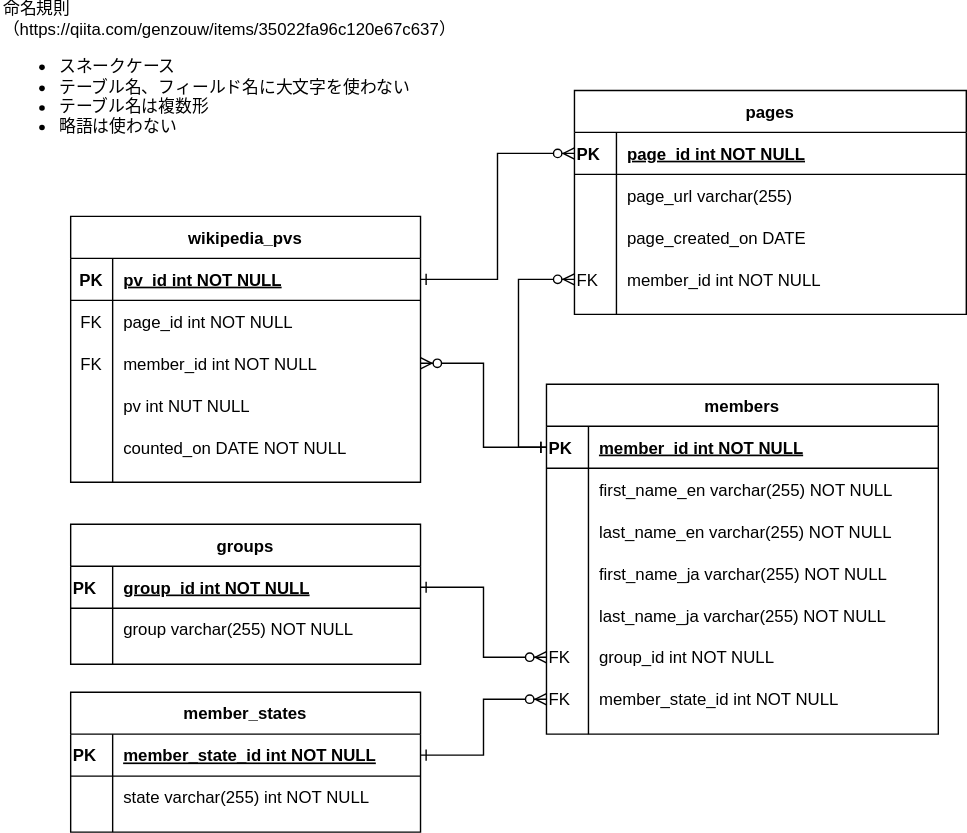
Before: db/ER/Untitled Diagram.drawio.svg, a diagram exported from draw.io (takahito-0398/webapp01). Source tidied: cells renumbered, new cells last; positions are measured from the earlier drawing's top-left corner, leaving out a move shared by most shapes. Its diagram source:
```xml
<mxGraphModel>
  <root>
    <mxCell id="0" />
    <mxCell id="1" parent="0" />
    <mxCell id="2" value="wikipedia_pvs" style="shape=table;startSize=30;rowLines=0;fontStyle=1;align=center;" parent="1" vertex="1">
      <mxGeometry x="50" y="130" width="250" height="190" as="geometry" />
    </mxCell>
    <mxCell id="3" style="shape=partialRectangle;fillColor=none;points=[[0,0.5],[1,0.5]];portConstraint=eastwest;top=0;left=0;right=0;bottom=1;" parent="2" vertex="1">
      <mxGeometry y="30" width="250" height="30" as="geometry" />
    </mxCell>
    <mxCell id="4" value="PK" style="shape=partialRectangle;overflow=hidden;fillColor=none;top=0;left=0;bottom=0;right=0;fontStyle=1;" parent="3" vertex="1">
      <mxGeometry width="30" height="30" as="geometry" />
    </mxCell>
    <mxCell id="5" value="pv_id int NOT NULL " style="shape=partialRectangle;overflow=hidden;fillColor=none;top=0;left=0;bottom=0;right=0;align=left;spacingLeft=6;fontStyle=5;" parent="3" vertex="1">
      <mxGeometry x="30" width="220" height="30" as="geometry" />
    </mxCell>
    <mxCell id="6" style="shape=partialRectangle;fillColor=none;points=[[0,0.5],[1,0.5]];portConstraint=eastwest;top=0;left=0;right=0;bottom=0;" parent="2" vertex="1">
      <mxGeometry y="60" width="250" height="30" as="geometry" />
    </mxCell>
    <mxCell id="7" value="FK" style="shape=partialRectangle;overflow=hidden;fillColor=none;top=0;left=0;bottom=0;right=0;fontStyle=0;" parent="6" vertex="1">
      <mxGeometry width="30" height="30" as="geometry" />
    </mxCell>
    <mxCell id="8" value="page_id int NOT NULL" style="shape=partialRectangle;overflow=hidden;fillColor=none;top=0;left=0;bottom=0;right=0;align=left;spacingLeft=6;" parent="6" vertex="1">
      <mxGeometry x="30" width="220" height="30" as="geometry" />
    </mxCell>
    <mxCell id="9" style="shape=partialRectangle;fillColor=none;points=[[0,0.5],[1,0.5]];portConstraint=eastwest;top=0;left=0;right=0;bottom=0;" parent="2" vertex="1">
      <mxGeometry y="90" width="250" height="30" as="geometry" />
    </mxCell>
    <mxCell id="10" value="FK" style="shape=partialRectangle;overflow=hidden;fillColor=none;top=0;left=0;bottom=0;right=0;fontStyle=0;" parent="9" vertex="1">
      <mxGeometry width="30" height="30" as="geometry" />
    </mxCell>
    <mxCell id="11" value="member_id int NOT NULL" style="shape=partialRectangle;overflow=hidden;fillColor=none;top=0;left=0;bottom=0;right=0;align=left;spacingLeft=6;" parent="9" vertex="1">
      <mxGeometry x="30" width="220" height="30" as="geometry" />
    </mxCell>
    <mxCell id="12" style="shape=partialRectangle;fillColor=none;top=0;left=0;right=0;bottom=0;" parent="2" vertex="1">
      <mxGeometry y="120" width="250" height="30" as="geometry" />
    </mxCell>
    <mxCell id="13" style="shape=partialRectangle;overflow=hidden;fillColor=none;top=0;left=0;bottom=0;right=0;fontStyle=0;" parent="12" vertex="1">
      <mxGeometry width="30" height="30" as="geometry" />
    </mxCell>
    <mxCell id="14" value="pv int NUT NULL" style="shape=partialRectangle;overflow=hidden;fillColor=none;top=0;left=0;bottom=0;right=0;align=left;spacingLeft=6;" parent="12" vertex="1">
      <mxGeometry x="30" width="220" height="30" as="geometry" />
    </mxCell>
    <mxCell id="15" style="shape=partialRectangle;fillColor=none;top=0;left=0;right=0;bottom=0;" parent="2" vertex="1">
      <mxGeometry y="150" width="250" height="30" as="geometry" />
    </mxCell>
    <mxCell id="16" style="shape=partialRectangle;overflow=hidden;fillColor=none;top=0;left=0;bottom=0;right=0;fontStyle=0;" parent="15" vertex="1">
      <mxGeometry width="30" height="30" as="geometry" />
    </mxCell>
    <mxCell id="17" value="counted_on DATE NOT NULL" style="shape=partialRectangle;overflow=hidden;fillColor=none;top=0;left=0;bottom=0;right=0;align=left;spacingLeft=6;" parent="15" vertex="1">
      <mxGeometry x="30" width="220" height="30" as="geometry" />
    </mxCell>
    <mxCell id="18" value="命名規則（&lt;a href=&quot;https://qiita.com/genzouw/items/35022fa96c120e67c637&quot;&gt;https://qiita.com/genzouw/items/35022fa96c120e67c637&lt;/a&gt;）&lt;br&gt;&lt;ul&gt;&lt;li&gt;スネークケース&lt;/li&gt;&lt;li&gt;テーブル名、フィールド名に大文字を使わない&lt;/li&gt;&lt;li&gt;テーブル名は複数形&lt;/li&gt;&lt;li&gt;略語は使わない&lt;/li&gt;&lt;/ul&gt;" style="text;html=1;strokeColor=none;fillColor=none;align=left;verticalAlign=middle;whiteSpace=wrap;rounded=0;" parent="1" vertex="1">
      <mxGeometry width="370" height="60" as="geometry" />
    </mxCell>
    <mxCell id="19" value="pages" style="shape=table;startSize=30;rowLines=0;fontStyle=1;align=center;" parent="1" vertex="1">
      <mxGeometry x="410" y="40" width="280" height="160" as="geometry" />
    </mxCell>
    <mxCell id="20" style="shape=partialRectangle;fillColor=none;top=0;left=0;bottom=1;right=0;points=[[0,0.5],[1,0.5]];portConstraint=eastwest;align=left;" parent="19" vertex="1">
      <mxGeometry y="30" width="280" height="30" as="geometry" />
    </mxCell>
    <mxCell id="21" value="PK" style="shape=partialRectangle;fillColor=none;top=0;left=0;bottom=0;right=0;fontStyle=1;overflow=hidden;align=left;" parent="20" vertex="1">
      <mxGeometry width="30" height="30" as="geometry" />
    </mxCell>
    <mxCell id="22" value="page_id int NOT NULL" style="shape=partialRectangle;fillColor=none;top=0;left=0;bottom=0;right=0;align=left;spacingLeft=6;fontStyle=5;overflow=hidden;" parent="20" vertex="1">
      <mxGeometry x="30" width="250" height="30" as="geometry" />
    </mxCell>
    <mxCell id="23" style="shape=partialRectangle;fillColor=none;top=0;left=0;bottom=0;right=0;align=left;" parent="19" vertex="1">
      <mxGeometry y="60" width="280" height="30" as="geometry" />
    </mxCell>
    <mxCell id="24" style="shape=partialRectangle;fillColor=none;top=0;left=0;bottom=0;right=0;overflow=hidden;align=left;" parent="23" vertex="1">
      <mxGeometry width="30" height="30" as="geometry" />
    </mxCell>
    <mxCell id="25" value="page_url varchar(255)" style="shape=partialRectangle;fillColor=none;top=0;left=0;bottom=0;right=0;align=left;spacingLeft=6;overflow=hidden;" parent="23" vertex="1">
      <mxGeometry x="30" width="250" height="30" as="geometry" />
    </mxCell>
    <mxCell id="26" style="shape=partialRectangle;fillColor=none;top=0;left=0;bottom=0;right=0;align=left;" parent="19" vertex="1">
      <mxGeometry y="90" width="280" height="30" as="geometry" />
    </mxCell>
    <mxCell id="27" style="shape=partialRectangle;fillColor=none;top=0;left=0;bottom=0;right=0;overflow=hidden;align=left;" parent="26" vertex="1">
      <mxGeometry width="30" height="30" as="geometry" />
    </mxCell>
    <mxCell id="28" value="page_created_on DATE" style="shape=partialRectangle;fillColor=none;top=0;left=0;bottom=0;right=0;align=left;spacingLeft=6;overflow=hidden;" parent="26" vertex="1">
      <mxGeometry x="30" width="250" height="30" as="geometry" />
    </mxCell>
    <mxCell id="29" style="shape=partialRectangle;fillColor=none;top=0;left=0;bottom=0;right=0;points=[[0,0.5],[1,0.5]];portConstraint=eastwest;align=left;" parent="19" vertex="1">
      <mxGeometry y="120" width="280" height="30" as="geometry" />
    </mxCell>
    <mxCell id="30" value="FK" style="shape=partialRectangle;fillColor=none;top=0;left=0;bottom=0;right=0;overflow=hidden;align=left;" parent="29" vertex="1">
      <mxGeometry width="30" height="30" as="geometry" />
    </mxCell>
    <mxCell id="31" value="member_id int NOT NULL" style="shape=partialRectangle;fillColor=none;top=0;left=0;bottom=0;right=0;align=left;spacingLeft=6;overflow=hidden;" parent="29" vertex="1">
      <mxGeometry x="30" width="250" height="30" as="geometry" />
    </mxCell>
    <mxCell id="32" value="members" style="shape=table;startSize=30;rowLines=0;fontStyle=1;align=center;" parent="1" vertex="1">
      <mxGeometry x="390" y="250" width="280" height="250" as="geometry" />
    </mxCell>
    <mxCell id="33" style="shape=partialRectangle;fillColor=none;top=0;left=0;bottom=1;right=0;points=[[0,0.5],[1,0.5]];portConstraint=eastwest;align=left;" parent="32" vertex="1">
      <mxGeometry y="30" width="280" height="30" as="geometry" />
    </mxCell>
    <mxCell id="34" value="PK" style="shape=partialRectangle;fillColor=none;top=0;left=0;bottom=0;right=0;fontStyle=1;overflow=hidden;align=left;" parent="33" vertex="1">
      <mxGeometry width="30" height="30" as="geometry" />
    </mxCell>
    <mxCell id="35" value="member_id int NOT NULL" style="shape=partialRectangle;fillColor=none;top=0;left=0;bottom=0;right=0;align=left;spacingLeft=6;fontStyle=5;overflow=hidden;" parent="33" vertex="1">
      <mxGeometry x="30" width="250" height="30" as="geometry" />
    </mxCell>
    <mxCell id="36" style="shape=partialRectangle;fillColor=none;top=0;left=0;bottom=0;right=0;align=left;" parent="32" vertex="1">
      <mxGeometry y="60" width="280" height="30" as="geometry" />
    </mxCell>
    <mxCell id="37" style="shape=partialRectangle;fillColor=none;top=0;left=0;bottom=0;right=0;overflow=hidden;align=left;" parent="36" vertex="1">
      <mxGeometry width="30" height="30" as="geometry" />
    </mxCell>
    <mxCell id="38" value="first_name_en varchar(255) NOT NULL" style="shape=partialRectangle;fillColor=none;top=0;left=0;bottom=0;right=0;align=left;spacingLeft=6;overflow=hidden;" parent="36" vertex="1">
      <mxGeometry x="30" width="250" height="30" as="geometry" />
    </mxCell>
    <mxCell id="39" style="shape=partialRectangle;fillColor=none;top=0;left=0;bottom=0;right=0;align=left;" parent="32" vertex="1">
      <mxGeometry y="90" width="280" height="30" as="geometry" />
    </mxCell>
    <mxCell id="40" style="shape=partialRectangle;fillColor=none;top=0;left=0;bottom=0;right=0;overflow=hidden;align=left;" parent="39" vertex="1">
      <mxGeometry width="30" height="30" as="geometry" />
    </mxCell>
    <mxCell id="41" value="last_name_en varchar(255) NOT NULL" style="shape=partialRectangle;fillColor=none;top=0;left=0;bottom=0;right=0;align=left;spacingLeft=6;overflow=hidden;" parent="39" vertex="1">
      <mxGeometry x="30" width="250" height="30" as="geometry" />
    </mxCell>
    <mxCell id="42" style="shape=partialRectangle;fillColor=none;top=0;left=0;bottom=0;right=0;align=left;" parent="32" vertex="1">
      <mxGeometry y="120" width="280" height="30" as="geometry" />
    </mxCell>
    <mxCell id="43" style="shape=partialRectangle;fillColor=none;top=0;left=0;bottom=0;right=0;overflow=hidden;align=left;" parent="42" vertex="1">
      <mxGeometry width="30" height="30" as="geometry" />
    </mxCell>
    <mxCell id="44" value="first_name_ja varchar(255) NOT NULL" style="shape=partialRectangle;fillColor=none;top=0;left=0;bottom=0;right=0;align=left;spacingLeft=6;overflow=hidden;" parent="42" vertex="1">
      <mxGeometry x="30" width="250" height="30" as="geometry" />
    </mxCell>
    <mxCell id="45" style="shape=partialRectangle;fillColor=none;top=0;left=0;bottom=0;right=0;align=left;" parent="32" vertex="1">
      <mxGeometry y="150" width="280" height="30" as="geometry" />
    </mxCell>
    <mxCell id="46" style="shape=partialRectangle;fillColor=none;top=0;left=0;bottom=0;right=0;overflow=hidden;align=left;" parent="45" vertex="1">
      <mxGeometry width="30" height="30" as="geometry" />
    </mxCell>
    <mxCell id="47" value="last_name_ja varchar(255) NOT NULL" style="shape=partialRectangle;fillColor=none;top=0;left=0;bottom=0;right=0;align=left;spacingLeft=6;overflow=hidden;" parent="45" vertex="1">
      <mxGeometry x="30" width="250" height="30" as="geometry" />
    </mxCell>
    <mxCell id="48" style="shape=partialRectangle;fillColor=none;top=0;left=0;bottom=0;right=0;points=[[0,0.5],[1,0.5]];portConstraint=eastwest;align=left;" parent="32" vertex="1">
      <mxGeometry y="180" width="280" height="30" as="geometry" />
    </mxCell>
    <mxCell id="49" value="FK" style="shape=partialRectangle;fillColor=none;top=0;left=0;bottom=0;right=0;overflow=hidden;align=left;" parent="48" vertex="1">
      <mxGeometry width="30" height="30" as="geometry" />
    </mxCell>
    <mxCell id="50" value="group_id int NOT NULL" style="shape=partialRectangle;fillColor=none;top=0;left=0;bottom=0;right=0;align=left;spacingLeft=6;overflow=hidden;" parent="48" vertex="1">
      <mxGeometry x="30" width="250" height="30" as="geometry" />
    </mxCell>
    <mxCell id="51" style="shape=partialRectangle;fillColor=none;top=0;left=0;bottom=0;right=0;points=[[0,0.5],[1,0.5]];portConstraint=eastwest;align=left;" parent="32" vertex="1">
      <mxGeometry y="210" width="280" height="30" as="geometry" />
    </mxCell>
    <mxCell id="52" value="FK" style="shape=partialRectangle;fillColor=none;top=0;left=0;bottom=0;right=0;overflow=hidden;align=left;" parent="51" vertex="1">
      <mxGeometry width="30" height="30" as="geometry" />
    </mxCell>
    <mxCell id="53" value="member_state_id int NOT NULL" style="shape=partialRectangle;fillColor=none;top=0;left=0;bottom=0;right=0;align=left;spacingLeft=6;overflow=hidden;" parent="51" vertex="1">
      <mxGeometry x="30" width="250" height="30" as="geometry" />
    </mxCell>
    <mxCell id="54" value="groups" style="shape=table;startSize=30;rowLines=0;fontStyle=1;align=center;" parent="1" vertex="1">
      <mxGeometry x="50" y="350" width="250" height="100" as="geometry" />
    </mxCell>
    <mxCell id="55" style="shape=partialRectangle;fillColor=none;top=0;left=0;bottom=1;right=0;points=[[0,0.5],[1,0.5]];portConstraint=eastwest;align=left;" parent="54" vertex="1">
      <mxGeometry y="30" width="250" height="30" as="geometry" />
    </mxCell>
    <mxCell id="56" value="PK" style="shape=partialRectangle;fillColor=none;top=0;left=0;bottom=0;right=0;fontStyle=1;overflow=hidden;align=left;" parent="55" vertex="1">
      <mxGeometry width="30" height="30" as="geometry" />
    </mxCell>
    <mxCell id="57" value="group_id int NOT NULL" style="shape=partialRectangle;fillColor=none;top=0;left=0;bottom=0;right=0;align=left;spacingLeft=6;fontStyle=5;overflow=hidden;" parent="55" vertex="1">
      <mxGeometry x="30" width="220" height="30" as="geometry" />
    </mxCell>
    <mxCell id="58" style="shape=partialRectangle;fillColor=none;top=0;left=0;bottom=0;right=0;align=left;" parent="54" vertex="1">
      <mxGeometry y="60" width="250" height="30" as="geometry" />
    </mxCell>
    <mxCell id="59" style="shape=partialRectangle;fillColor=none;top=0;left=0;bottom=0;right=0;overflow=hidden;align=left;" parent="58" vertex="1">
      <mxGeometry width="30" height="30" as="geometry" />
    </mxCell>
    <mxCell id="60" value="group varchar(255) NOT NULL" style="shape=partialRectangle;fillColor=none;top=0;left=0;bottom=0;right=0;align=left;spacingLeft=6;overflow=hidden;" parent="58" vertex="1">
      <mxGeometry x="30" width="220" height="30" as="geometry" />
    </mxCell>
    <mxCell id="61" value="member_states" style="shape=table;startSize=30;rowLines=0;fontStyle=1;align=center;" parent="1" vertex="1">
      <mxGeometry x="50" y="470" width="250" height="100" as="geometry" />
    </mxCell>
    <mxCell id="62" style="shape=partialRectangle;fillColor=none;top=0;left=0;bottom=1;right=0;points=[[0,0.5],[1,0.5]];portConstraint=eastwest;align=left;" parent="61" vertex="1">
      <mxGeometry y="30" width="250" height="30" as="geometry" />
    </mxCell>
    <mxCell id="63" value="PK" style="shape=partialRectangle;fillColor=none;top=0;left=0;bottom=0;right=0;fontStyle=1;overflow=hidden;align=left;" parent="62" vertex="1">
      <mxGeometry width="30" height="30" as="geometry" />
    </mxCell>
    <mxCell id="64" value="member_state_id int NOT NULL" style="shape=partialRectangle;fillColor=none;top=0;left=0;bottom=0;right=0;align=left;spacingLeft=6;fontStyle=5;overflow=hidden;" parent="62" vertex="1">
      <mxGeometry x="30" width="220" height="30" as="geometry" />
    </mxCell>
    <mxCell id="65" style="shape=partialRectangle;fillColor=none;top=0;left=0;bottom=0;right=0;align=left;" parent="61" vertex="1">
      <mxGeometry y="60" width="250" height="30" as="geometry" />
    </mxCell>
    <mxCell id="66" style="shape=partialRectangle;fillColor=none;top=0;left=0;bottom=0;right=0;overflow=hidden;align=left;" parent="65" vertex="1">
      <mxGeometry width="30" height="30" as="geometry" />
    </mxCell>
    <mxCell id="67" value="state varchar(255) int NOT NULL" style="shape=partialRectangle;fillColor=none;top=0;left=0;bottom=0;right=0;align=left;spacingLeft=6;overflow=hidden;" parent="65" vertex="1">
      <mxGeometry x="30" width="220" height="30" as="geometry" />
    </mxCell>
    <mxCell id="68" style="edgeStyle=orthogonalEdgeStyle;rounded=0;jettySize=auto;html=1;startArrow=ERzeroToMany;startFill=1;endArrow=ERone;endFill=0;" parent="1" edge="1" source="48" target="55">
      <mxGeometry relative="1" as="geometry" />
    </mxCell>
    <mxCell id="69" style="edgeStyle=orthogonalEdgeStyle;rounded=0;jettySize=auto;html=1;startArrow=ERzeroToMany;startFill=1;endArrow=ERone;endFill=0;" parent="1" edge="1" source="51" target="62">
      <mxGeometry relative="1" as="geometry" />
    </mxCell>
    <mxCell id="70" style="edgeStyle=orthogonalEdgeStyle;rounded=0;jettySize=auto;html=1;startArrow=ERzeroToMany;startFill=1;endArrow=ERone;endFill=0;" parent="1" edge="1" source="20" target="3">
      <mxGeometry relative="1" as="geometry" />
    </mxCell>
    <mxCell id="71" style="edgeStyle=orthogonalEdgeStyle;rounded=0;jettySize=auto;html=1;startArrow=ERzeroToMany;startFill=1;endArrow=ERone;endFill=0;" parent="1" edge="1" source="9" target="33">
      <mxGeometry relative="1" as="geometry" />
    </mxCell>
    <mxCell id="72" style="edgeStyle=orthogonalEdgeStyle;rounded=0;jettySize=auto;html=1;entryX=0;entryY=0.5;entryDx=0;entryDy=0;startArrow=ERzeroToMany;startFill=1;endArrow=ERone;endFill=0;" parent="1" edge="1" source="29" target="33">
      <mxGeometry relative="1" as="geometry" />
    </mxCell>
  </root>
</mxGraphModel>
```
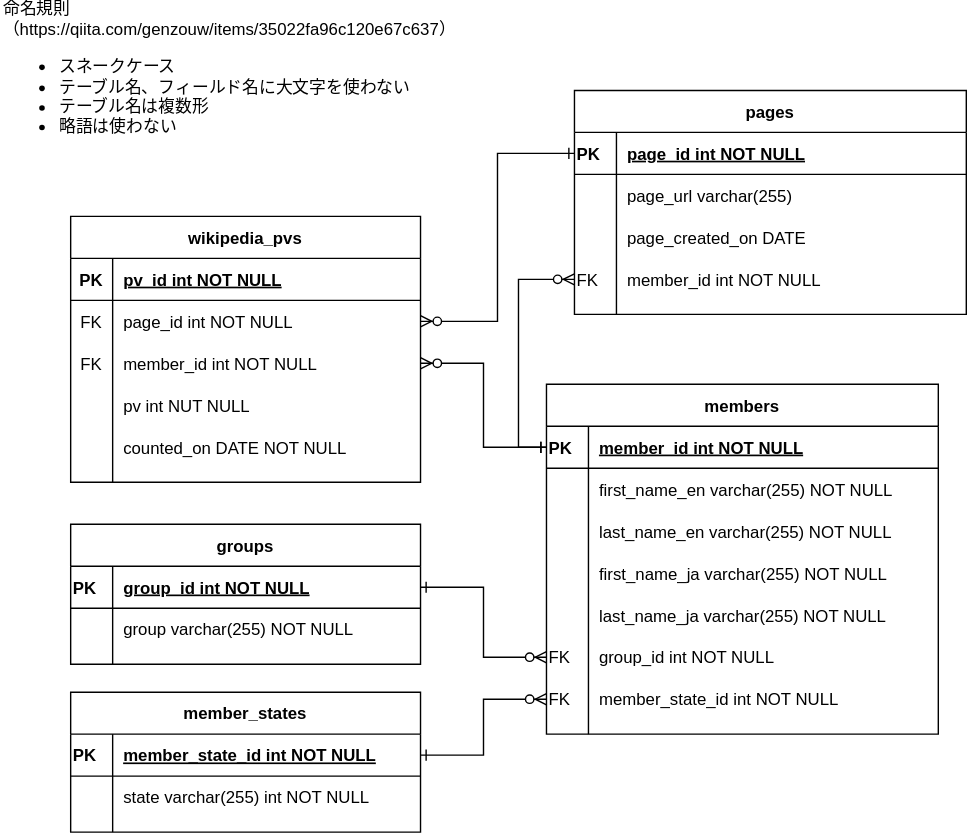
The same diagram one commit later.

Diff of the diagram source:
```diff
@@ -206,14 +206,14 @@
     <mxCell id="69" style="edgeStyle=orthogonalEdgeStyle;rounded=0;jettySize=auto;html=1;startArrow=ERzeroToMany;startFill=1;endArrow=ERone;endFill=0;" parent="1" edge="1" source="51" target="62">
       <mxGeometry relative="1" as="geometry" />
     </mxCell>
-    <mxCell id="70" style="edgeStyle=orthogonalEdgeStyle;rounded=0;jettySize=auto;html=1;startArrow=ERzeroToMany;startFill=1;endArrow=ERone;endFill=0;" parent="1" edge="1" source="20" target="3">
-      <mxGeometry relative="1" as="geometry" />
-    </mxCell>
     <mxCell id="71" style="edgeStyle=orthogonalEdgeStyle;rounded=0;jettySize=auto;html=1;startArrow=ERzeroToMany;startFill=1;endArrow=ERone;endFill=0;" parent="1" edge="1" source="9" target="33">
       <mxGeometry relative="1" as="geometry" />
     </mxCell>
     <mxCell id="72" style="edgeStyle=orthogonalEdgeStyle;rounded=0;jettySize=auto;html=1;entryX=0;entryY=0.5;entryDx=0;entryDy=0;startArrow=ERzeroToMany;startFill=1;endArrow=ERone;endFill=0;" parent="1" edge="1" source="29" target="33">
       <mxGeometry relative="1" as="geometry" />
     </mxCell>
+    <mxCell id="73" style="edgeStyle=orthogonalEdgeStyle;rounded=0;jettySize=auto;html=1;startArrow=ERzeroToMany;startFill=1;endArrow=ERone;endFill=0;" parent="1" edge="1" source="6" target="20">
+      <mxGeometry relative="1" as="geometry" />
+    </mxCell>
   </root>
 </mxGraphModel>
```
